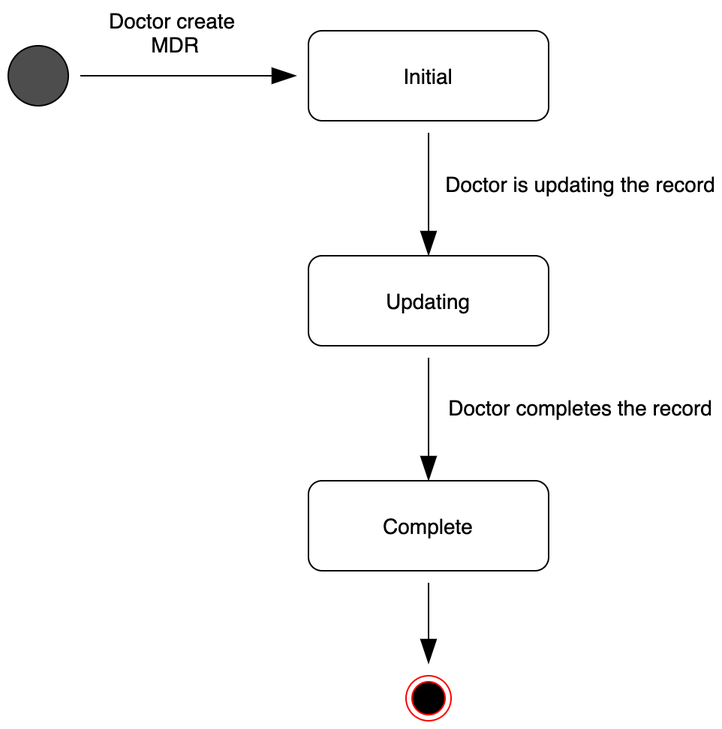
Before: images/state.png, a diagram exported from draw.io (vinhnguyen/nd1309-supply-chain). Source tidied: cells renumbered, new cells last; positions are measured from the earlier drawing's top-left corner, leaving out a move shared by most shapes.
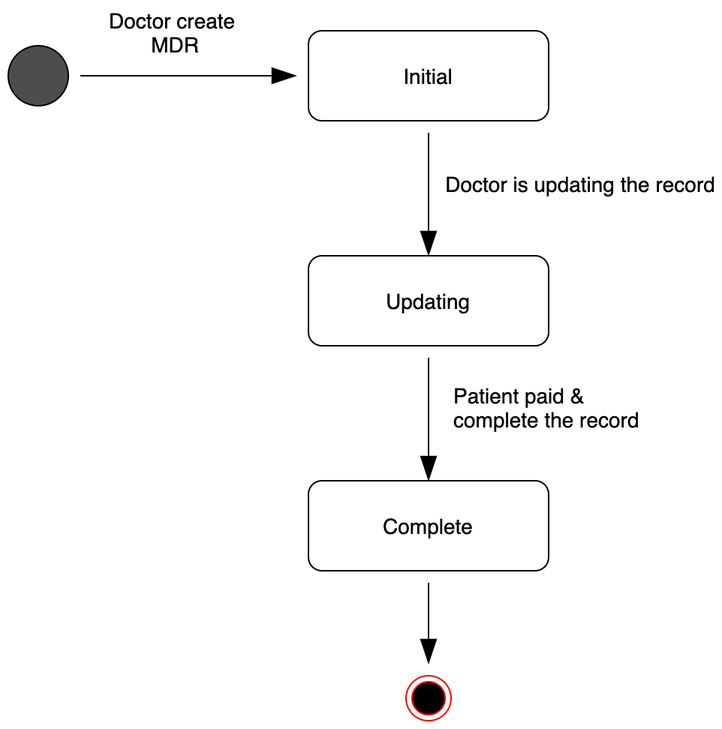
Above is the later version.

Diff of the diagram source:
```diff
@@ -30,9 +30,9 @@
     <mxCell id="9" style="edgeStyle=none;curved=1;rounded=0;jettySize=auto;html=1;entryX=0.5;entryY=0;entryDx=0;entryDy=0;fontSize=14;endArrow=blockThin;endFill=1;startSize=14;endSize=14;sourcePerimeterSpacing=8;targetPerimeterSpacing=8;" parent="1" edge="1" source="11" target="13">
       <mxGeometry relative="1" as="geometry" />
     </mxCell>
-    <mxCell id="10" value="Doctor completes the record" style="edgeLabel;html=1;align=center;verticalAlign=middle;fontSize=14;" parent="9" vertex="1">
+    <mxCell id="10" value="Patient paid &amp;amp; &lt;br&gt;complete the record" style="edgeLabel;html=1;align=left;verticalAlign=middle;fontSize=14;" parent="9" vertex="1">
       <mxGeometry x="-0.32" y="2" relative="1" as="geometry">
-        <mxPoint x="98" y="4" as="offset" />
+        <mxPoint x="13" y="4" as="offset" />
       </mxGeometry>
     </mxCell>
     <mxCell id="11" value="Updating" style="rounded=1;whiteSpace=wrap;html=1;hachureGap=4;fontSize=14;fillColor=default;" parent="1" vertex="1">
```
